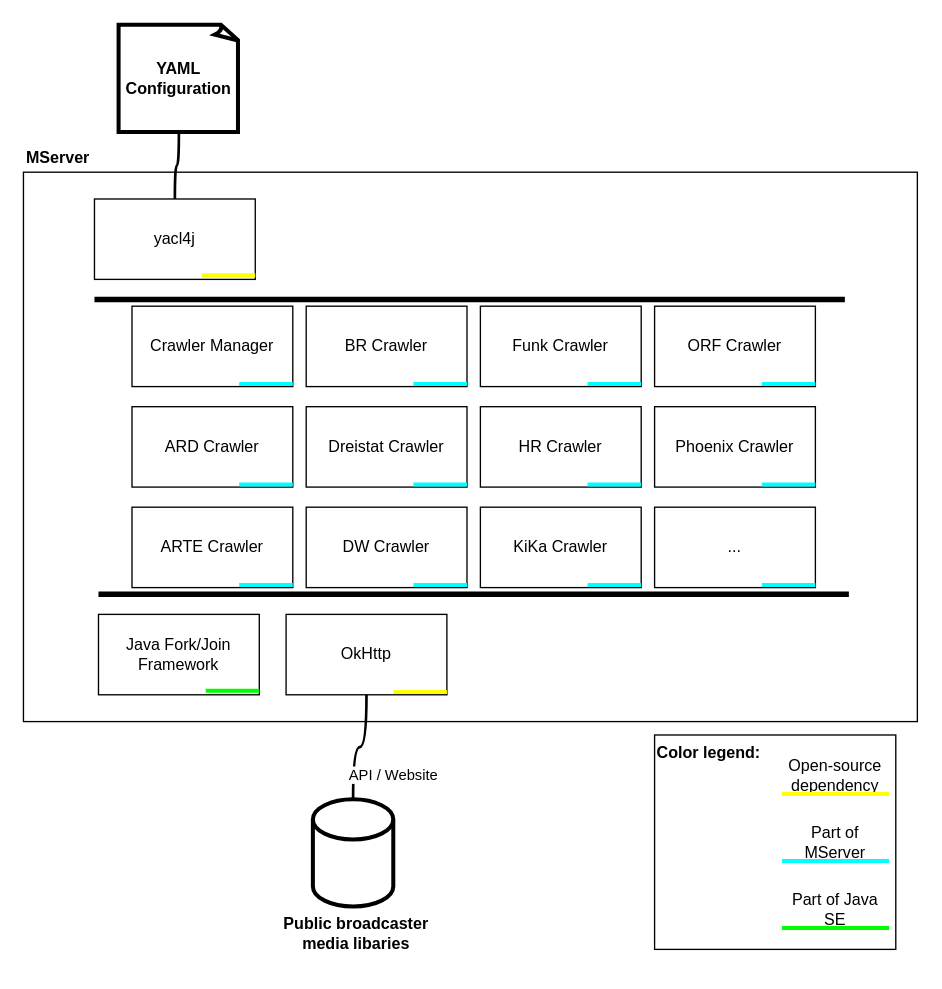
mediathekview/MServer keeps this draw.io diagram as docs/architecture/images/Architectural_Overview.drawio. Above is the earlier version. Source tidied: cells renumbered, new cells numbered last; positions are measured from the earlier drawing's top-left corner, leaving out a move shared by most shapes. Both pictures are drawn from the tidied source at 134%, with x=0, y=0 at pixel (23, 24). Pictures stored in the file or linked from it are replaced by grey dashed boxes.
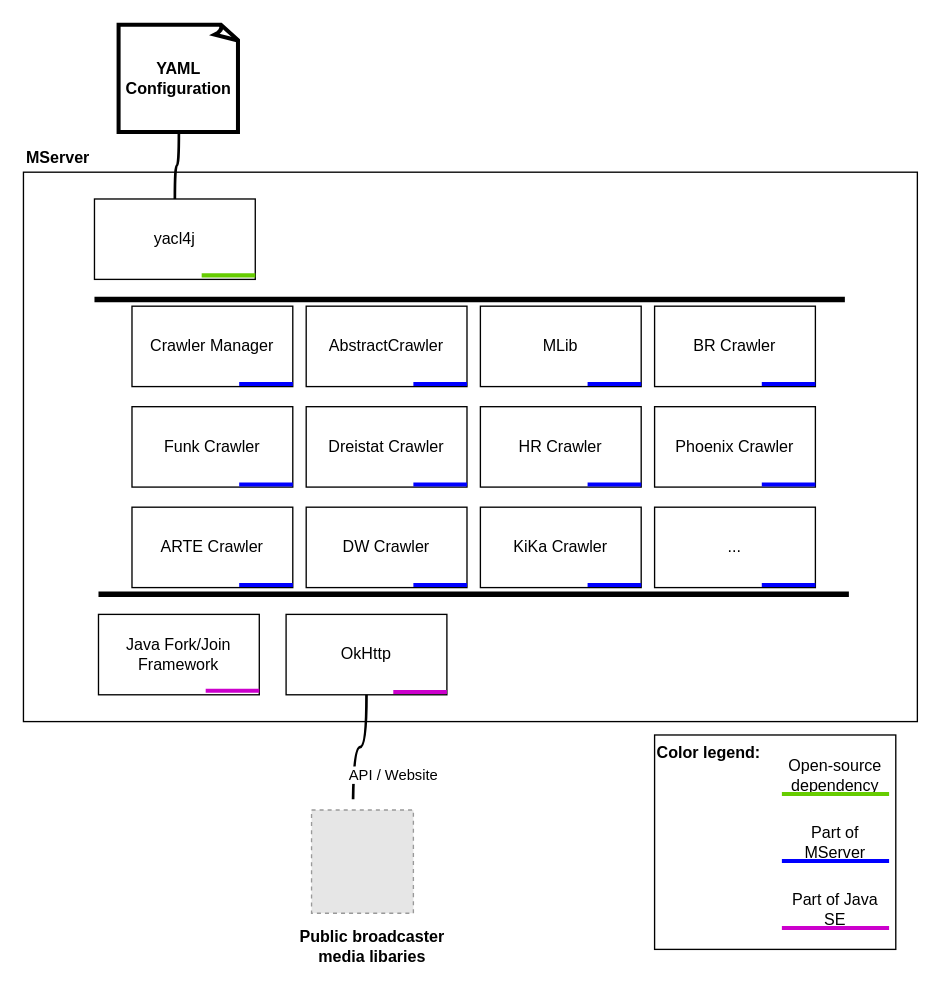
The same page after the edit.

Commit message (it also covers changes not shown here):
Change colors of architectural overview + Add some other parts of MServer to it + Change the mediathek icon

Unchanged cells that the change refers to:
```xml
<mxCell id="7" value="OkHttp" style="rounded=0;whiteSpace=wrap;html=1;align=center;" parent="1" vertex="1">
  <mxGeometry x="196" y="440" width="120" height="60" as="geometry" />
</mxCell>
```

The edit, as a diff of the source:
```diff
@@
-    <mxCell id="11" value="ARD Crawler" style="rounded=0;whiteSpace=wrap;html=1;align=center;" parent="1" vertex="1">
+    <mxCell id="11" value="Funk Crawler" style="rounded=0;whiteSpace=wrap;html=1;align=center;" parent="1" vertex="1">
       <mxGeometry x="81" y="285" width="120" height="60" as="geometry" />
     </mxCell>
@@
-    <mxCell id="13" value="BR Crawler" style="rounded=0;whiteSpace=wrap;html=1;align=center;" parent="1" vertex="1">
+    <mxCell id="13" value="AbstractCrawler" style="rounded=0;whiteSpace=wrap;html=1;align=center;" parent="1" vertex="1">
       <mxGeometry x="211" y="210" width="120" height="60" as="geometry" />
     </mxCell>
@@
-    <mxCell id="16" value="Funk Crawler" style="rounded=0;whiteSpace=wrap;html=1;align=center;" parent="1" vertex="1">
+    <mxCell id="16" value="MLib" style="rounded=0;whiteSpace=wrap;html=1;align=center;" parent="1" vertex="1">
       <mxGeometry x="341" y="210" width="120" height="60" as="geometry" />
     </mxCell>
@@
-    <mxCell id="19" value="ORF Crawler" style="rounded=0;whiteSpace=wrap;html=1;align=center;" parent="1" vertex="1">
+    <mxCell id="19" value="BR Crawler" style="rounded=0;whiteSpace=wrap;html=1;align=center;" parent="1" vertex="1">
       <mxGeometry x="471" y="210" width="120" height="60" as="geometry" />
     </mxCell>
@@
-    <mxCell id="22" style="line;strokeWidth=3;fillColor=none;align=left;verticalAlign=middle;spacingTop=-1;spacingLeft=3;spacingRight=3;labelPosition=right;fontColor=#FFFF66;labelBackgroundColor=#FFFF00;strokeColor=#FFFF00;" parent="1" vertex="1">
+    <mxCell id="22" style="line;strokeWidth=3;fillColor=none;align=left;verticalAlign=middle;spacingTop=-1;spacingLeft=3;spacingRight=3;labelPosition=right;fontColor=#FFFF66;labelBackgroundColor=#FFFF00;strokeColor=#CC00CC;" parent="1" vertex="1">
       <mxGeometry x="276" y="494" width="40" height="8" as="geometry" />
     </mxCell>
-    <mxCell id="23" style="line;strokeWidth=3;fillColor=none;align=left;verticalAlign=middle;spacingTop=-1;spacingLeft=3;spacingRight=3;labelPosition=right;fontColor=#FFFF66;labelBackgroundColor=#FFFF00;strokeColor=#FFFF00;" parent="1" vertex="1">
+    <mxCell id="23" style="line;strokeWidth=3;fillColor=none;align=left;verticalAlign=middle;spacingTop=-1;spacingLeft=3;spacingRight=3;labelPosition=right;fontColor=#FFFF66;labelBackgroundColor=#FFFF00;strokeColor=#66CC00;" parent="1" vertex="1">
       <mxGeometry x="133" y="183" width="40" height="8" as="geometry" />
     </mxCell>
-    <mxCell id="24" style="line;strokeWidth=3;fillColor=none;align=left;verticalAlign=middle;spacingTop=-1;spacingLeft=3;spacingRight=3;labelPosition=right;fontColor=#FFFF66;labelBackgroundColor=#FFFF00;strokeColor=#00FFFF;" parent="1" vertex="1">
+    <mxCell id="24" style="line;strokeWidth=3;fillColor=none;align=left;verticalAlign=middle;spacingTop=-1;spacingLeft=3;spacingRight=3;labelPosition=right;fontColor=#FFFF66;labelBackgroundColor=#FFFF00;strokeColor=#0000FF;" parent="1" vertex="1">
       <mxGeometry x="161" y="264" width="40" height="8" as="geometry" />
     </mxCell>
-    <mxCell id="25" style="line;strokeWidth=3;fillColor=none;align=left;verticalAlign=middle;spacingTop=-1;spacingLeft=3;spacingRight=3;labelPosition=right;fontColor=#FFFF66;labelBackgroundColor=#FFFF00;strokeColor=#00FFFF;" parent="1" vertex="1">
+    <mxCell id="25" style="line;strokeWidth=3;fillColor=none;align=left;verticalAlign=middle;spacingTop=-1;spacingLeft=3;spacingRight=3;labelPosition=right;fontColor=#FFFF66;labelBackgroundColor=#FFFF00;strokeColor=#0000FF;" parent="1" vertex="1">
       <mxGeometry x="291" y="264" width="40" height="8" as="geometry" />
     </mxCell>
-    <mxCell id="26" style="line;strokeWidth=3;fillColor=none;align=left;verticalAlign=middle;spacingTop=-1;spacingLeft=3;spacingRight=3;labelPosition=right;fontColor=#FFFF66;labelBackgroundColor=#FFFF00;strokeColor=#00FFFF;" parent="1" vertex="1">
+    <mxCell id="26" style="line;strokeWidth=3;fillColor=none;align=left;verticalAlign=middle;spacingTop=-1;spacingLeft=3;spacingRight=3;labelPosition=right;fontColor=#FFFF66;labelBackgroundColor=#FFFF00;strokeColor=#0000FF;" parent="1" vertex="1">
       <mxGeometry x="421" y="264" width="40" height="8" as="geometry" />
     </mxCell>
-    <mxCell id="27" style="line;strokeWidth=3;fillColor=none;align=left;verticalAlign=middle;spacingTop=-1;spacingLeft=3;spacingRight=3;labelPosition=right;fontColor=#FFFF66;labelBackgroundColor=#FFFF00;strokeColor=#00FFFF;" parent="1" vertex="1">
+    <mxCell id="27" style="line;strokeWidth=3;fillColor=none;align=left;verticalAlign=middle;spacingTop=-1;spacingLeft=3;spacingRight=3;labelPosition=right;fontColor=#FFFF66;labelBackgroundColor=#FFFF00;strokeColor=#0000FF;" parent="1" vertex="1">
       <mxGeometry x="551" y="264" width="40" height="8" as="geometry" />
     </mxCell>
-    <mxCell id="28" style="line;strokeWidth=3;fillColor=none;align=left;verticalAlign=middle;spacingTop=-1;spacingLeft=3;spacingRight=3;labelPosition=right;fontColor=#FFFF66;labelBackgroundColor=#FFFF00;strokeColor=#00FFFF;" parent="1" vertex="1">
+    <mxCell id="28" style="line;strokeWidth=3;fillColor=none;align=left;verticalAlign=middle;spacingTop=-1;spacingLeft=3;spacingRight=3;labelPosition=right;fontColor=#FFFF66;labelBackgroundColor=#FFFF00;strokeColor=#0000FF;" parent="1" vertex="1">
       <mxGeometry x="161" y="339" width="40" height="8" as="geometry" />
     </mxCell>
-    <mxCell id="29" style="line;strokeWidth=3;fillColor=none;align=left;verticalAlign=middle;spacingTop=-1;spacingLeft=3;spacingRight=3;labelPosition=right;fontColor=#FFFF66;labelBackgroundColor=#FFFF00;strokeColor=#00FFFF;" parent="1" vertex="1">
+    <mxCell id="29" style="line;strokeWidth=3;fillColor=none;align=left;verticalAlign=middle;spacingTop=-1;spacingLeft=3;spacingRight=3;labelPosition=right;fontColor=#FFFF66;labelBackgroundColor=#FFFF00;strokeColor=#0000FF;" parent="1" vertex="1">
       <mxGeometry x="291" y="339" width="40" height="8" as="geometry" />
     </mxCell>
-    <mxCell id="30" style="line;strokeWidth=3;fillColor=none;align=left;verticalAlign=middle;spacingTop=-1;spacingLeft=3;spacingRight=3;labelPosition=right;fontColor=#FFFF66;labelBackgroundColor=#FFFF00;strokeColor=#00FFFF;" parent="1" vertex="1">
+    <mxCell id="30" style="line;strokeWidth=3;fillColor=none;align=left;verticalAlign=middle;spacingTop=-1;spacingLeft=3;spacingRight=3;labelPosition=right;fontColor=#FFFF66;labelBackgroundColor=#FFFF00;strokeColor=#0000FF;" parent="1" vertex="1">
       <mxGeometry x="421" y="339" width="40" height="8" as="geometry" />
     </mxCell>
-    <mxCell id="31" style="line;strokeWidth=3;fillColor=none;align=left;verticalAlign=middle;spacingTop=-1;spacingLeft=3;spacingRight=3;labelPosition=right;fontColor=#FFFF66;labelBackgroundColor=#FFFF00;strokeColor=#00FFFF;" parent="1" vertex="1">
+    <mxCell id="31" style="line;strokeWidth=3;fillColor=none;align=left;verticalAlign=middle;spacingTop=-1;spacingLeft=3;spacingRight=3;labelPosition=right;fontColor=#FFFF66;labelBackgroundColor=#FFFF00;strokeColor=#0000FF;" parent="1" vertex="1">
       <mxGeometry x="551" y="339" width="40" height="8" as="geometry" />
     </mxCell>
-    <mxCell id="32" style="line;strokeWidth=3;fillColor=none;align=left;verticalAlign=middle;spacingTop=-1;spacingLeft=3;spacingRight=3;labelPosition=right;fontColor=#FFFF66;labelBackgroundColor=#FFFF00;strokeColor=#00FFFF;" parent="1" vertex="1">
+    <mxCell id="32" style="line;strokeWidth=3;fillColor=none;align=left;verticalAlign=middle;spacingTop=-1;spacingLeft=3;spacingRight=3;labelPosition=right;fontColor=#FFFF66;labelBackgroundColor=#FFFF00;strokeColor=#0000FF;" parent="1" vertex="1">
       <mxGeometry x="161" y="414" width="40" height="8" as="geometry" />
     </mxCell>
-    <mxCell id="33" style="line;strokeWidth=3;fillColor=none;align=left;verticalAlign=middle;spacingTop=-1;spacingLeft=3;spacingRight=3;labelPosition=right;fontColor=#FFFF66;labelBackgroundColor=#FFFF00;strokeColor=#00FFFF;" parent="1" vertex="1">
+    <mxCell id="33" style="line;strokeWidth=3;fillColor=none;align=left;verticalAlign=middle;spacingTop=-1;spacingLeft=3;spacingRight=3;labelPosition=right;fontColor=#FFFF66;labelBackgroundColor=#FFFF00;strokeColor=#0000FF;" parent="1" vertex="1">
       <mxGeometry x="291" y="414" width="40" height="8" as="geometry" />
     </mxCell>
-    <mxCell id="34" style="line;strokeWidth=3;fillColor=none;align=left;verticalAlign=middle;spacingTop=-1;spacingLeft=3;spacingRight=3;labelPosition=right;fontColor=#FFFF66;labelBackgroundColor=#FFFF00;strokeColor=#00FFFF;" parent="1" vertex="1">
+    <mxCell id="34" style="line;strokeWidth=3;fillColor=none;align=left;verticalAlign=middle;spacingTop=-1;spacingLeft=3;spacingRight=3;labelPosition=right;fontColor=#FFFF66;labelBackgroundColor=#FFFF00;strokeColor=#0000FF;" parent="1" vertex="1">
       <mxGeometry x="421" y="414" width="40" height="8" as="geometry" />
     </mxCell>
-    <mxCell id="35" style="line;strokeWidth=3;fillColor=none;align=left;verticalAlign=middle;spacingTop=-1;spacingLeft=3;spacingRight=3;labelPosition=right;fontColor=#FFFF66;labelBackgroundColor=#FFFF00;strokeColor=#00FFFF;" parent="1" vertex="1">
+    <mxCell id="35" style="line;strokeWidth=3;fillColor=none;align=left;verticalAlign=middle;spacingTop=-1;spacingLeft=3;spacingRight=3;labelPosition=right;fontColor=#FFFF66;labelBackgroundColor=#FFFF00;strokeColor=#0000FF;" parent="1" vertex="1">
       <mxGeometry x="551" y="414" width="40" height="8" as="geometry" />
     </mxCell>
-    <mxCell id="36" style="line;strokeWidth=3;fillColor=none;align=left;verticalAlign=middle;spacingTop=-1;spacingLeft=3;spacingRight=3;labelPosition=right;fontColor=#FFFF66;labelBackgroundColor=#FFFF00;strokeColor=#00FF00;" parent="1" vertex="1">
+    <mxCell id="36" style="line;strokeWidth=3;fillColor=none;align=left;verticalAlign=middle;spacingTop=-1;spacingLeft=3;spacingRight=3;labelPosition=right;fontColor=#FFFF66;labelBackgroundColor=#FFFF00;strokeColor=#CC00CC;" parent="1" vertex="1">
       <mxGeometry x="136" y="493" width="40" height="8" as="geometry" />
     </mxCell>
@@
-    <mxCell id="38" style="line;strokeWidth=3;fillColor=none;align=left;verticalAlign=middle;spacingTop=-1;spacingLeft=3;spacingRight=3;labelPosition=right;fontColor=#FFFF66;labelBackgroundColor=#FFFF00;strokeColor=#FFFF00;" parent="1" vertex="1">
+    <mxCell id="38" style="line;strokeWidth=3;fillColor=none;align=left;verticalAlign=middle;spacingTop=-1;spacingLeft=3;spacingRight=3;labelPosition=right;fontColor=#FFFF66;labelBackgroundColor=#FFFF00;strokeColor=#66CC00;" parent="1" vertex="1">
       <mxGeometry x="566" y="570" width="80" height="8" as="geometry" />
     </mxCell>
@@
-    <mxCell id="40" style="line;strokeWidth=3;fillColor=none;align=left;verticalAlign=middle;spacingTop=-1;spacingLeft=3;spacingRight=3;labelPosition=right;fontColor=#FFFF66;labelBackgroundColor=#FFFF00;strokeColor=#00FFFF;" parent="1" vertex="1">
+    <mxCell id="40" style="line;strokeWidth=3;fillColor=none;align=left;verticalAlign=middle;spacingTop=-1;spacingLeft=3;spacingRight=3;labelPosition=right;fontColor=#FFFF66;labelBackgroundColor=#FFFF00;strokeColor=#0000FF;" parent="1" vertex="1">
       <mxGeometry x="566" y="620" width="80" height="8" as="geometry" />
     </mxCell>
@@
-    <mxCell id="42" style="line;strokeWidth=3;fillColor=none;align=left;verticalAlign=middle;spacingTop=-1;spacingLeft=3;spacingRight=3;labelPosition=right;fontColor=#FFFF66;labelBackgroundColor=#FFFF00;strokeColor=#00FF00;" parent="1" vertex="1">
+    <mxCell id="42" style="line;strokeWidth=3;fillColor=none;align=left;verticalAlign=middle;spacingTop=-1;spacingLeft=3;spacingRight=3;labelPosition=right;fontColor=#FFFF66;labelBackgroundColor=#FFFF00;strokeColor=#CC00CC;" parent="1" vertex="1">
       <mxGeometry x="566" y="670" width="80" height="8" as="geometry" />
     </mxCell>
-    <mxCell id="43" value="API / Website" style="edgeStyle=orthogonalEdgeStyle;curved=1;jettySize=auto;html=1;exitX=0.5;exitY=0;exitDx=0;exitDy=0;exitPerimeter=0;endArrow=none;endFill=0;fontColor=#000000;strokeWidth=2;" parent="1" edge="1" source="44" target="7">
+    <mxCell id="43" value="API / Website" style="edgeStyle=orthogonalEdgeStyle;curved=1;jettySize=auto;html=1;exitX=0.5;exitY=0;exitDx=0;exitDy=0;exitPerimeter=0;endArrow=none;endFill=0;fontColor=#000000;strokeWidth=2;" parent="1" edge="1" target="7">
       <mxGeometry x="0.11" y="-29" relative="1" as="geometry">
+        <mxPoint x="246" y="578" as="sourcePoint" />
         <mxPoint x="-9" y="21" as="offset" />
       </mxGeometry>
     </mxCell>
-    <mxCell id="44" style="shape=cylinder3;whiteSpace=wrap;html=1;boundedLbl=1;backgroundOutline=1;size=15;labelBackgroundColor=none;strokeWidth=3;fontColor=#000000;align=center;" parent="1" vertex="1">
-      <mxGeometry x="216" y="578" width="60" height="80" as="geometry" />
-    </mxCell>
     <mxCell id="45" value="&lt;b&gt;Public broadcaster media libaries&lt;/b&gt;" style="text;html=1;strokeColor=none;fillColor=none;align=center;verticalAlign=middle;whiteSpace=wrap;rounded=0;labelBackgroundColor=none;fontColor=#000000;" parent="1" vertex="1">
-      <mxGeometry x="191" y="668" width="115" height="20" as="geometry" />
+      <mxGeometry x="202.8" y="678" width="115" height="20" as="geometry" />
     </mxCell>
@@
+    <mxCell id="48" style="fillColor=#E6E6E6;strokeColor=#999999;dashed=1;html=1;verticalAlign=top;verticalLabelPosition=bottom;labelBackgroundColor=#ffffff;" parent="1" vertex="1">
+      <mxGeometry x="215" y="586" width="76" height="77" as="geometry" />
+    </mxCell>
```
